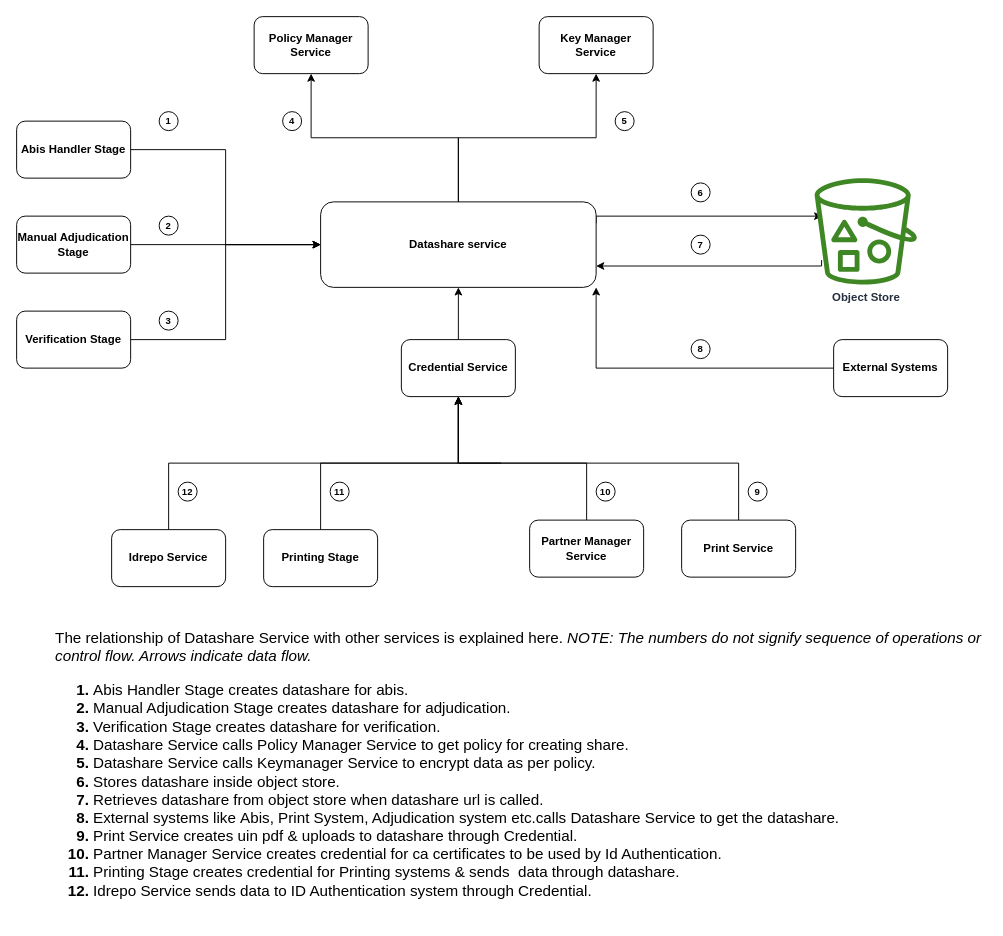
Above: docs/_images/datashare.drawio in mosip/documentation (draw.io), before the change. Source tidied: cells renumbered, new cells numbered last; positions are measured from the earlier drawing's top-left corner, leaving out a move shared by most shapes. Both pictures are drawn from the tidied source at 95%, with x=0, y=0 at pixel (16, 16).
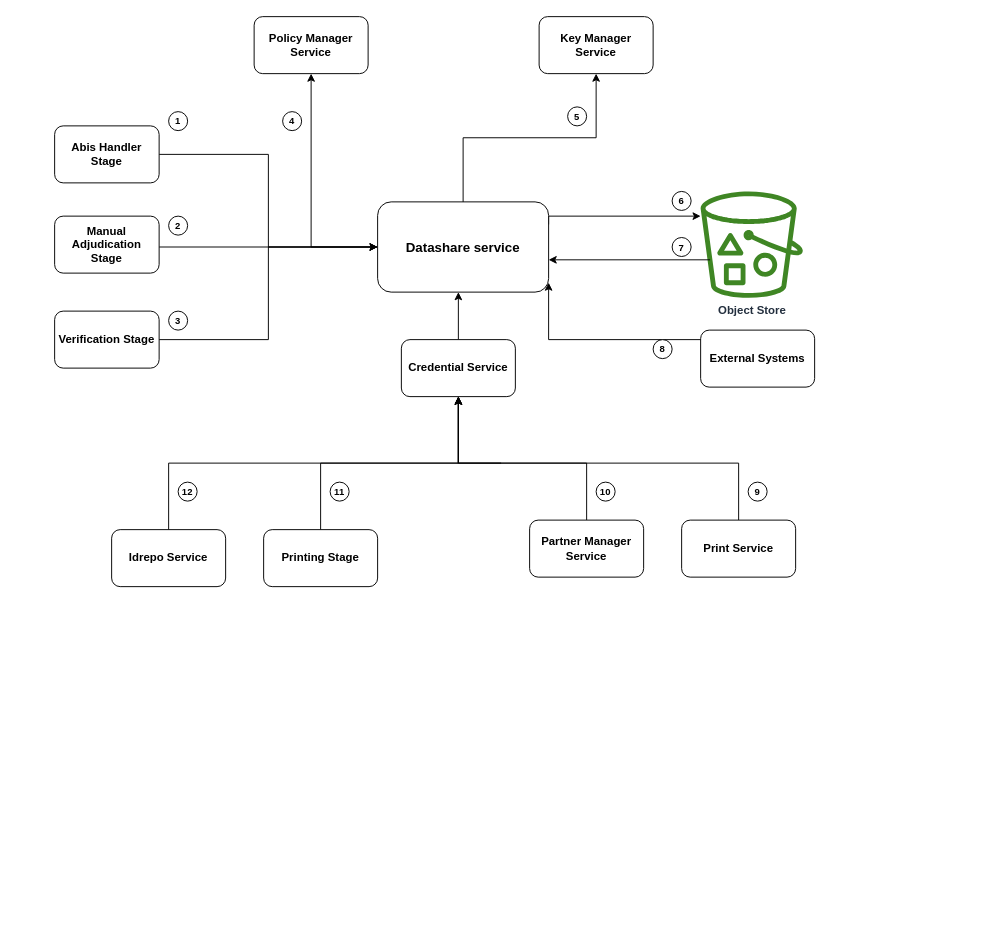
After the change.

Unchanged cells that the change refers to:
```xml
<mxCell id="16" value="Credential Service" style="rounded=1;whiteSpace=wrap;html=1;fontStyle=1;" parent="1" vertex="1">
  <mxGeometry x="405" y="340" width="120" height="60" as="geometry" />
</mxCell>
```

Diff of the diagram source:
```diff
@@
     <mxCell id="4" style="edgeStyle=orthogonalEdgeStyle;rounded=0;jettySize=auto;html=1;exitX=1;exitY=0.25;exitDx=0;exitDy=0;fontStyle=1;" parent="1" edge="1" source="5">
       <mxGeometry relative="1" as="geometry">
-        <mxPoint x="848" y="210" as="targetPoint" />
+        <mxPoint x="720" y="210" as="targetPoint" />
         <Array as="points">
-          <mxPoint x="610" y="210" />
+          <mxPoint x="560" y="210" />
         </Array>
       </mxGeometry>
     </mxCell>
-    <mxCell id="5" value="Datashare service" style="rounded=1;whiteSpace=wrap;html=1;fontStyle=1;" parent="1" vertex="1">
-      <mxGeometry x="320" y="195" width="290" height="90" as="geometry" />
+    <mxCell id="5" value="&lt;font style=&quot;font-size: 14px&quot;&gt;Datashare service&lt;/font&gt;" style="rounded=1;whiteSpace=wrap;html=1;fontStyle=1;" parent="1" vertex="1">
+      <mxGeometry x="380" y="195" width="180" height="95" as="geometry" />
     </mxCell>
@@
     <mxCell id="10" value="Abis Handler Stage" style="rounded=1;whiteSpace=wrap;html=1;fontStyle=1;" parent="1" vertex="1">
-      <mxGeometry y="110" width="120" height="60" as="geometry" />
+      <mxGeometry x="40" y="115" width="110" height="60" as="geometry" />
     </mxCell>
@@
     <mxCell id="12" value="Verification Stage" style="rounded=1;whiteSpace=wrap;html=1;fontStyle=1;" parent="1" vertex="1">
-      <mxGeometry y="310" width="120" height="60" as="geometry" />
+      <mxGeometry x="40" y="310" width="110" height="60" as="geometry" />
     </mxCell>
     <mxCell id="13" style="edgeStyle=orthogonalEdgeStyle;rounded=0;jettySize=auto;html=1;entryX=0;entryY=0.5;entryDx=0;entryDy=0;fontStyle=1;" parent="1" edge="1" source="14" target="5">
-      <mxGeometry relative="1" as="geometry" />
+      <mxGeometry relative="1" as="geometry">
+        <Array as="points">
+          <mxPoint x="265" y="243" />
+        </Array>
+      </mxGeometry>
     </mxCell>
     <mxCell id="14" value="Manual Adjudication Stage" style="rounded=1;whiteSpace=wrap;html=1;fontStyle=1;" parent="1" vertex="1">
-      <mxGeometry y="210" width="120" height="60" as="geometry" />
+      <mxGeometry x="40" y="210" width="110" height="60" as="geometry" />
     </mxCell>
-    <mxCell id="15" style="edgeStyle=orthogonalEdgeStyle;rounded=0;jettySize=auto;html=1;entryX=0.5;entryY=1;entryDx=0;entryDy=0;fontStyle=1;" parent="1" edge="1" source="16" target="5">
-      <mxGeometry relative="1" as="geometry" />
+    <mxCell id="15" style="edgeStyle=orthogonalEdgeStyle;rounded=0;jettySize=auto;html=1;fontStyle=1;exitX=0.5;exitY=0;exitDx=0;exitDy=0;" parent="1" edge="1" source="16">
+      <mxGeometry relative="1" as="geometry">
+        <mxPoint x="465" y="290" as="targetPoint" />
+        <Array as="points">
+          <mxPoint x="465" y="290" />
+          <mxPoint x="465" y="290" />
+        </Array>
+      </mxGeometry>
     </mxCell>
@@
-    <mxCell id="23" style="edgeStyle=orthogonalEdgeStyle;rounded=0;jettySize=auto;html=1;entryX=1;entryY=0.75;entryDx=0;entryDy=0;exitX=0.068;exitY=0.77;exitDx=0;exitDy=0;exitPerimeter=0;fontStyle=1;" parent="1" edge="1" source="27" target="5">
-      <mxGeometry relative="1" as="geometry">
-        <Array as="points">
-          <mxPoint x="847" y="263" />
-        </Array>
-      </mxGeometry>
-    </mxCell>
@@
     <mxCell id="27" value="Object Store" style="sketch=0;outlineConnect=0;fontColor=#232F3E;gradientColor=none;fillColor=#3F8624;strokeColor=none;dashed=0;verticalLabelPosition=bottom;verticalAlign=top;align=center;html=1;fontSize=12;fontStyle=1;shape=mxgraph.aws4.bucket_with_objects;" parent="1" vertex="1">
-      <mxGeometry x="840" y="170" width="107.7" height="112" as="geometry" />
+      <mxGeometry x="720" y="184" width="107.7" height="112" as="geometry" />
     </mxCell>
-    <mxCell id="28" style="edgeStyle=orthogonalEdgeStyle;rounded=0;jettySize=auto;html=1;entryX=1;entryY=1;entryDx=0;entryDy=0;fontStyle=1;" parent="1" edge="1" source="29" target="5">
-      <mxGeometry relative="1" as="geometry" />
+    <mxCell id="28" style="edgeStyle=orthogonalEdgeStyle;rounded=0;orthogonalLoop=1;jettySize=auto;html=1;fontStyle=1;" parent="1" edge="1">
+      <mxGeometry relative="1" as="geometry">
+        <mxPoint x="781" y="330" as="sourcePoint" />
+        <mxPoint x="560" y="280" as="targetPoint" />
+        <Array as="points">
+          <mxPoint x="560" y="340" />
+        </Array>
+      </mxGeometry>
     </mxCell>
     <mxCell id="29" value="External Systems" style="rounded=1;whiteSpace=wrap;html=1;fontStyle=1;" parent="1" vertex="1">
-      <mxGeometry x="860" y="340" width="120" height="60" as="geometry" />
+      <mxGeometry x="720" y="330" width="120" height="60" as="geometry" />
     </mxCell>
     <mxCell id="30" value="&lt;font style=&quot;font-size: 10px&quot;&gt;1&lt;/font&gt;" style="ellipse;whiteSpace=wrap;html=1;fontStyle=1;" parent="1" vertex="1">
-      <mxGeometry x="150" y="100" width="20" height="20" as="geometry" />
+      <mxGeometry x="160" y="100" width="20" height="20" as="geometry" />
     </mxCell>
     <mxCell id="31" value="&lt;font style=&quot;font-size: 10px&quot;&gt;2&lt;/font&gt;" style="ellipse;whiteSpace=wrap;html=1;fontStyle=1;" parent="1" vertex="1">
-      <mxGeometry x="150" y="210" width="20" height="20" as="geometry" />
+      <mxGeometry x="160" y="210" width="20" height="20" as="geometry" />
     </mxCell>
     <mxCell id="32" value="&lt;font style=&quot;font-size: 10px&quot;&gt;3&lt;/font&gt;" style="ellipse;whiteSpace=wrap;html=1;fontStyle=1;" parent="1" vertex="1">
-      <mxGeometry x="150" y="310" width="20" height="20" as="geometry" />
+      <mxGeometry x="160" y="310" width="20" height="20" as="geometry" />
     </mxCell>
-    <mxCell id="33" value="&lt;div&gt;&lt;div class=&quot;r-1oszu61 r-1xc7w19 r-1phboty r-1yadl64 r-deolkf r-6koalj r-1mlwlqe r-eqz5dr r-1q142lx r-crgep1 r-ifefl9 r-bcqeeo r-t60dpp r-xd6kpl r-tskmnb r-1yzf0co r-bnwqim r-417010&quot; style=&quot;font-size: 16px&quot;&gt;&lt;div class=&quot;r-1oszu61 r-1xc7w19 r-1phboty r-1yadl64 r-deolkf r-6koalj r-1ro0kt6 r-eqz5dr r-16y2uox r-1wbh5a2 r-crgep1 r-ifefl9 r-bcqeeo r-t60dpp r-bnwqim r-417010&quot;&gt;&lt;div dir=&quot;auto&quot; class=&quot;css-901oao r-1nf4jbm r-gg6oyi r-ubezar r-16dba41 r-135wba7 r-fdjqy7 r-1xnzce8&quot; style=&quot;text-align: left&quot;&gt;&lt;span style=&quot;font-weight: normal&quot;&gt;&lt;span&gt;The relationship of Datashare Service with other services is explained here. &lt;/span&gt;&lt;em class=&quot;r-36ujnk&quot;&gt;NOTE: The numbers do not signify sequence of operations or control flow. Arrows indicate data flow.&lt;/em&gt;&lt;/span&gt;&lt;/div&gt;&lt;div dir=&quot;auto&quot; class=&quot;css-901oao r-1nf4jbm r-gg6oyi r-ubezar r-16dba41 r-135wba7 r-fdjqy7 r-1xnzce8&quot; style=&quot;text-align: left&quot;&gt;&lt;ol&gt;&lt;li&gt;&lt;span&gt;&lt;span class=&quot;r-36ujnk&quot; style=&quot;font-weight: normal&quot;&gt;Abis Handler Stage creates datashare&amp;nbsp;&lt;span style=&quot;text-align: center ; background-color: rgb(255 , 255 , 255)&quot;&gt;for abis.&lt;/span&gt;&lt;br&gt;&lt;/span&gt;&lt;/span&gt;&lt;/li&gt;&lt;li&gt;&lt;span&gt;&lt;em class=&quot;r-36ujnk&quot;&gt;&lt;span style=&quot;font-style: normal ; text-align: center ; background-color: rgb(255 , 255 , 255) ; font-weight: normal&quot;&gt;Manual Adjudication Stage creates datashare&amp;nbsp;&lt;span&gt;for adjudication.&lt;/span&gt;&lt;br&gt;&lt;/span&gt;&lt;/em&gt;&lt;/span&gt;&lt;/li&gt;&lt;li&gt;&lt;span&gt;&lt;em class=&quot;r-36ujnk&quot;&gt;&lt;span style=&quot;font-style: normal ; text-align: center ; background-color: rgb(255 , 255 , 255)&quot;&gt;&lt;span style=&quot;font-weight: normal&quot;&gt;Verification Stage creates datashare&amp;nbsp;&lt;span&gt;for verification.&lt;/span&gt;&lt;/span&gt;&lt;/span&gt;&lt;/em&gt;&lt;/span&gt;&lt;/li&gt;&lt;li&gt;&lt;span&gt;&lt;em class=&quot;r-36ujnk&quot;&gt;&lt;span style=&quot;font-style: normal ; text-align: center ; background-color: rgb(255 , 255 , 255)&quot;&gt;&lt;span&gt;&lt;span style=&quot;font-weight: normal&quot;&gt;Datashare Service calls Policy Manager Service to get policy for creating share.&lt;br&gt;&lt;/span&gt;&lt;/span&gt;&lt;/span&gt;&lt;/em&gt;&lt;/span&gt;&lt;/li&gt;&lt;li&gt;&lt;span&gt;&lt;em class=&quot;r-36ujnk&quot;&gt;&lt;span style=&quot;font-style: normal ; text-align: center ; background-color: rgb(255 , 255 , 255)&quot;&gt;&lt;span&gt;&lt;span&gt;&lt;span style=&quot;font-weight: normal&quot;&gt;&lt;em class=&quot;r-36ujnk&quot; style=&quot;text-align: left ; background-color: rgb(248 , 249 , 250)&quot;&gt;&lt;span style=&quot;font-style: normal ; text-align: center ; background-color: rgb(255 , 255 , 255)&quot;&gt;Datashare Service calls Keymanager Service to e&lt;/span&gt;&lt;/em&gt;ncrypt data&amp;nbsp;&lt;span&gt;as per policy.&lt;/span&gt;&lt;br&gt;&lt;/span&gt;&lt;/span&gt;&lt;/span&gt;&lt;/span&gt;&lt;/em&gt;&lt;/span&gt;&lt;/li&gt;&lt;li&gt;&lt;span&gt;&lt;em class=&quot;r-36ujnk&quot;&gt;&lt;span style=&quot;font-style: normal ; text-align: center ; background-color: rgb(255 , 255 , 255)&quot;&gt;&lt;span&gt;&lt;span&gt;&lt;span&gt;&lt;span style=&quot;font-weight: normal&quot;&gt;Stores datashare&amp;nbsp;&lt;span&gt;inside object store.&lt;/span&gt;&lt;br&gt;&lt;/span&gt;&lt;/span&gt;&lt;/span&gt;&lt;/span&gt;&lt;/span&gt;&lt;/em&gt;&lt;/span&gt;&lt;/li&gt;&lt;li&gt;&lt;span&gt;&lt;em class=&quot;r-36ujnk&quot;&gt;&lt;span style=&quot;font-style: normal ; text-align: center ; background-color: rgb(255 , 255 , 255)&quot;&gt;&lt;span&gt;&lt;span&gt;&lt;span&gt;&lt;span&gt;&lt;span style=&quot;font-weight: normal&quot;&gt;Retrieves datashare&amp;nbsp;&lt;span&gt;from object store&amp;nbsp;&lt;/span&gt;&lt;span&gt;when datashare url is called.&lt;/span&gt;&lt;br&gt;&lt;/span&gt;&lt;/span&gt;&lt;/span&gt;&lt;/span&gt;&lt;/span&gt;&lt;/span&gt;&lt;/em&gt;&lt;/span&gt;&lt;/li&gt;&lt;li&gt;&lt;span style=&quot;font-weight: normal&quot;&gt;&lt;span&gt;&lt;em class=&quot;r-36ujnk&quot;&gt;&lt;span style=&quot;font-style: normal ; text-align: center ; background-color: rgb(255 , 255 , 255)&quot;&gt;&lt;span&gt;&lt;span&gt;&lt;span&gt;&lt;span&gt;&lt;span&gt;&lt;span&gt;External systems like&amp;nbsp;&lt;/span&gt;&lt;/span&gt;&lt;/span&gt;&lt;/span&gt;&lt;/span&gt;&lt;/span&gt;&lt;/span&gt;&lt;/em&gt;&lt;/span&gt;Abis, Print System, Adjudication system etc.calls Datashare Service to get the datashare.&lt;/span&gt;&lt;/li&gt;&lt;li&gt;&lt;span style=&quot;font-weight: normal&quot;&gt;&lt;span style=&quot;text-align: center ; background-color: rgb(255 , 255 , 255)&quot;&gt;Print Service creates uin pdf &amp;amp;&amp;nbsp;&lt;/span&gt;&lt;span style=&quot;text-align: center ; background-color: rgb(255 , 255 , 255)&quot;&gt;uploads to datashare&amp;nbsp;&lt;/span&gt;&lt;span style=&quot;text-align: center ; background-color: rgb(255 , 255 , 255)&quot;&gt;through Credential.&lt;/span&gt;&lt;br&gt;&lt;/span&gt;&lt;/li&gt;&lt;li&gt;&lt;span style=&quot;text-align: center ; background-color: rgb(255 , 255 , 255) ; font-weight: normal&quot;&gt;Partner Manager Service creates credential for ca certificates&amp;nbsp;&lt;span&gt;to be used by Id Authentication.&lt;/span&gt;&lt;br&gt;&lt;/span&gt;&lt;/li&gt;&lt;li&gt;&lt;span style=&quot;text-align: center ; background-color: rgb(255 , 255 , 255)&quot;&gt;&lt;span style=&quot;font-weight: normal&quot;&gt;Printing Stage creates credential for&amp;nbsp;&lt;span&gt;Printing systems &amp;amp; sends&amp;nbsp;&amp;nbsp;&lt;/span&gt;&lt;span&gt;data through datashare.&lt;/span&gt;&lt;br&gt;&lt;/span&gt;&lt;/span&gt;&lt;/li&gt;&lt;li&gt;&lt;span style=&quot;text-align: center ; background-color: rgb(255 , 255 , 255)&quot;&gt;&lt;span&gt;&lt;span&gt;&lt;span style=&quot;font-weight: normal&quot;&gt;Idrepo Service sends data to ID Authentication&amp;nbsp;&lt;span&gt;system through Credential.&lt;/span&gt;&lt;/span&gt;&lt;br&gt;&lt;/span&gt;&lt;/span&gt;&lt;/span&gt;&lt;/li&gt;&lt;/ol&gt;&lt;/div&gt;&lt;/div&gt;&lt;/div&gt;&lt;/div&gt;" style="text;html=1;strokeColor=none;fillColor=none;align=center;verticalAlign=middle;whiteSpace=wrap;rounded=0;fontStyle=1;" parent="1" vertex="1">
-      <mxGeometry x="40" y="640" width="981" height="310" as="geometry" />
-    </mxCell>
@@
     <mxCell id="35" value="&lt;font style=&quot;font-size: 10px&quot;&gt;5&lt;/font&gt;" style="ellipse;whiteSpace=wrap;html=1;fontStyle=1;" parent="1" vertex="1">
-      <mxGeometry x="630" y="100" width="20" height="20" as="geometry" />
+      <mxGeometry x="580" y="95" width="20" height="20" as="geometry" />
     </mxCell>
     <mxCell id="36" value="&lt;font style=&quot;font-size: 10px&quot;&gt;6&lt;/font&gt;" style="ellipse;whiteSpace=wrap;html=1;fontStyle=1;" parent="1" vertex="1">
-      <mxGeometry x="710" y="175" width="20" height="20" as="geometry" />
+      <mxGeometry x="690" y="184" width="20" height="20" as="geometry" />
     </mxCell>
     <mxCell id="37" value="&lt;font style=&quot;font-size: 10px&quot;&gt;7&lt;/font&gt;" style="ellipse;whiteSpace=wrap;html=1;fontStyle=1;" parent="1" vertex="1">
-      <mxGeometry x="710" y="230" width="20" height="20" as="geometry" />
+      <mxGeometry x="690" y="232.5" width="20" height="20" as="geometry" />
     </mxCell>
     <mxCell id="38" value="&lt;font style=&quot;font-size: 10px&quot;&gt;8&lt;/font&gt;" style="ellipse;whiteSpace=wrap;html=1;fontStyle=1;" parent="1" vertex="1">
-      <mxGeometry x="710" y="340" width="20" height="20" as="geometry" />
+      <mxGeometry x="670" y="340" width="20" height="20" as="geometry" />
     </mxCell>
@@
+    <mxCell id="43" style="endArrow=classic;html=1;rounded=0;fontSize=14;" parent="1" edge="1">
+      <mxGeometry relative="1" as="geometry">
+        <mxPoint x="730" y="256" as="sourcePoint" />
+        <mxPoint x="560" y="256" as="targetPoint" />
+      </mxGeometry>
+    </mxCell>
```
